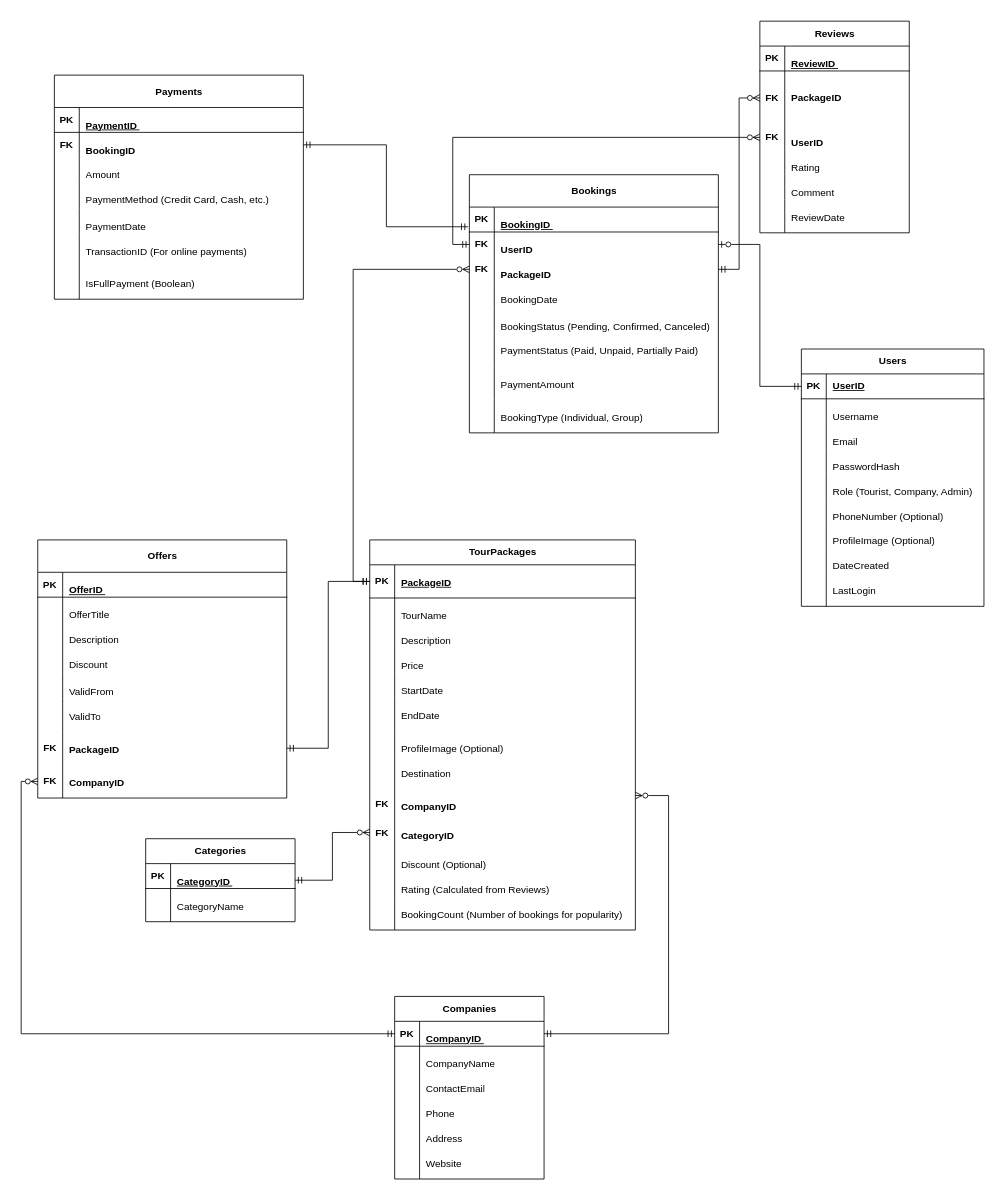
Above: JoStay Rschema.drawio in aminjaiuossi/JoStay-Project (draw.io), before the change. Source tidied: cells renumbered, new cells numbered last; positions are measured from the earlier drawing's top-left corner, leaving out a move shared by most shapes. Both pictures are drawn from the tidied source at 83%, with x=0, y=0 at pixel (37, 21).
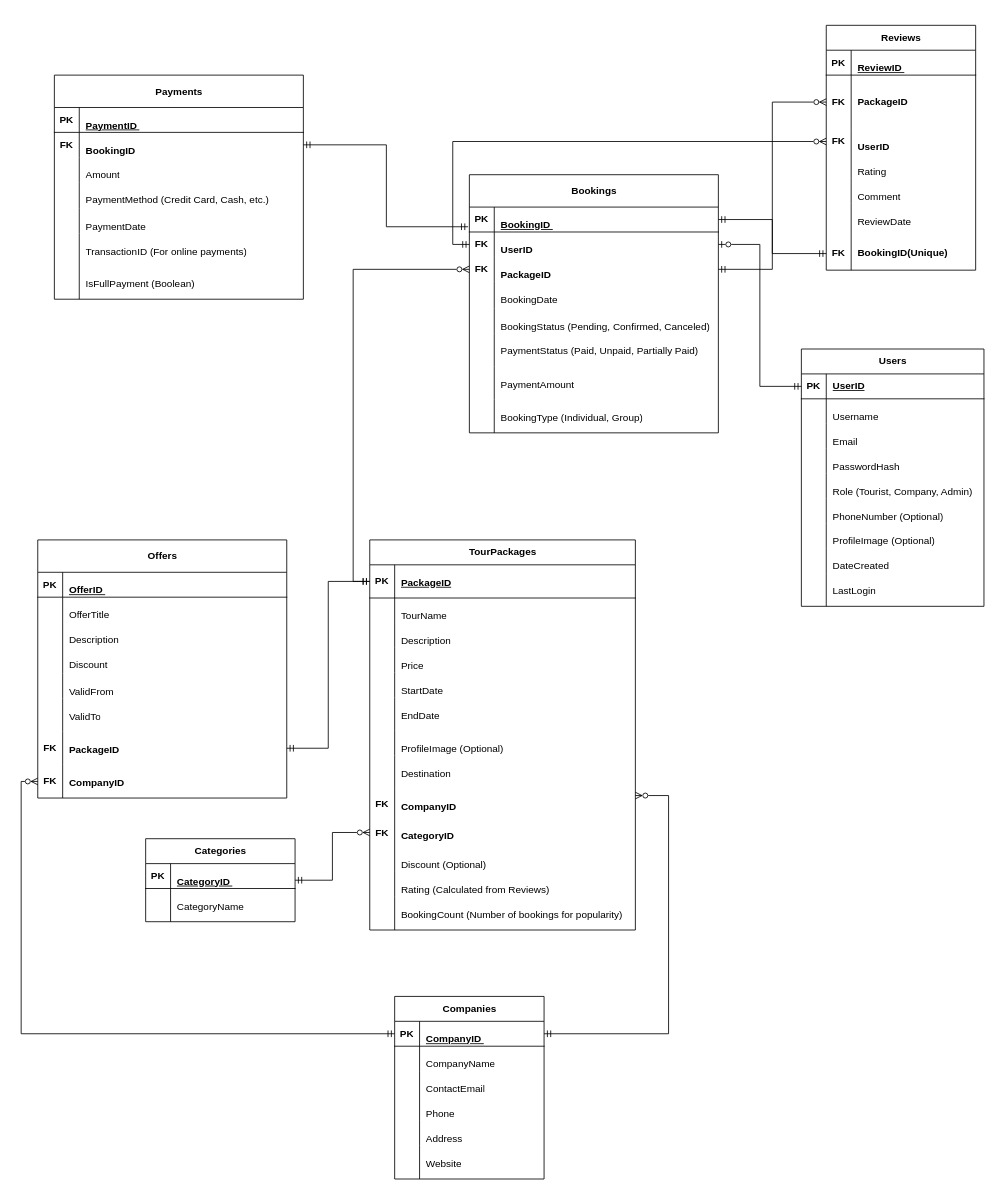
Above is the later version.

The change refers to these unchanged cells:
```xml
<mxCell id="97" style="shape=tableRow;horizontal=0;startSize=0;swimlaneHead=0;swimlaneBody=0;fillColor=none;points=[[0,0.5],[1,0.5]];portConstraint=eastwest;top=0;left=0;right=0;bottom=1;" parent="96" vertex="1">
  <mxGeometry y="39" width="300" height="30" as="geometry" />
</mxCell>
```

Change to the diagram source:
```diff
@@
     <mxCell id="143" value="&lt;h4&gt;&lt;strong&gt;Reviews&lt;/strong&gt;&lt;/h4&gt;" style="shape=table;startSize=30;childLayout=tableLayout;rowLines=0;fontStyle=1;align=center;html=1;" parent="1" vertex="1">
-      <mxGeometry x="870" width="180" height="255" as="geometry" />
+      <mxGeometry x="950" y="5" width="180" height="295" as="geometry" />
     </mxCell>
@@
+    <mxCell id="196" style="shape=tableRow;horizontal=0;startSize=0;swimlaneHead=0;swimlaneBody=0;fillColor=none;points=[[0,0.5],[1,0.5]];portConstraint=eastwest;top=0;left=0;right=0;bottom=0;" parent="143" vertex="1">
+      <mxGeometry y="255" width="180" height="40" as="geometry" />
+    </mxCell>
+    <mxCell id="197" value="FK" style="shape=partialRectangle;fillColor=none;top=0;left=0;bottom=0;right=0;overflow=hidden;whiteSpace=wrap;html=1;fontStyle=1;" parent="196" vertex="1">
+      <mxGeometry width="30" height="40" as="geometry" />
+    </mxCell>
+    <mxCell id="198" value="BookingID(Unique&lt;span style=&quot;background-color: transparent; color: light-dark(rgb(0, 0, 0), rgb(255, 255, 255));&quot;&gt;)&lt;/span&gt;" style="shape=partialRectangle;fillColor=none;top=0;left=0;bottom=0;right=0;align=left;spacingLeft=6;overflow=hidden;whiteSpace=wrap;html=1;fontStyle=1;" parent="196" vertex="1">
+      <mxGeometry x="30" width="150" height="40" as="geometry" />
+    </mxCell>
@@
+    <mxCell id="199" style="edgeStyle=orthogonalEdgeStyle;rounded=0;jettySize=auto;html=1;exitX=0;exitY=0.5;exitDx=0;exitDy=0;entryX=1;entryY=0.5;entryDx=0;entryDy=0;startArrow=ERmandOne;startFill=0;endArrow=ERmandOne;endFill=0;" parent="1" edge="1" source="196" target="97">
+      <mxGeometry relative="1" as="geometry" />
+    </mxCell>
```
